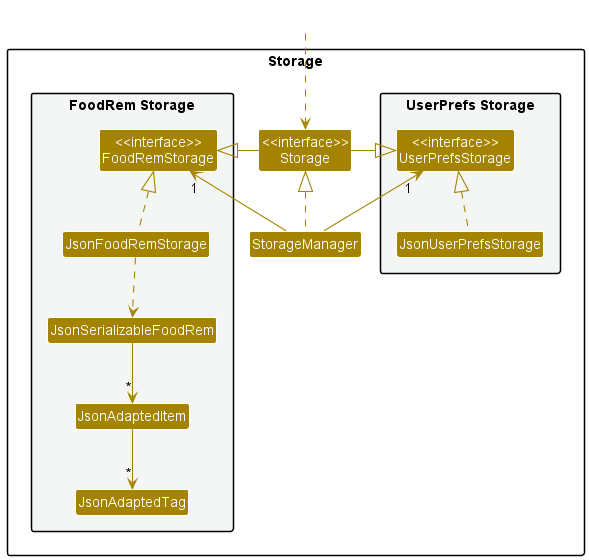
Earlier version of the PlantUML export docs/images/StorageClassDiagram.png (nus-cs2103-AY2223S1/tp).
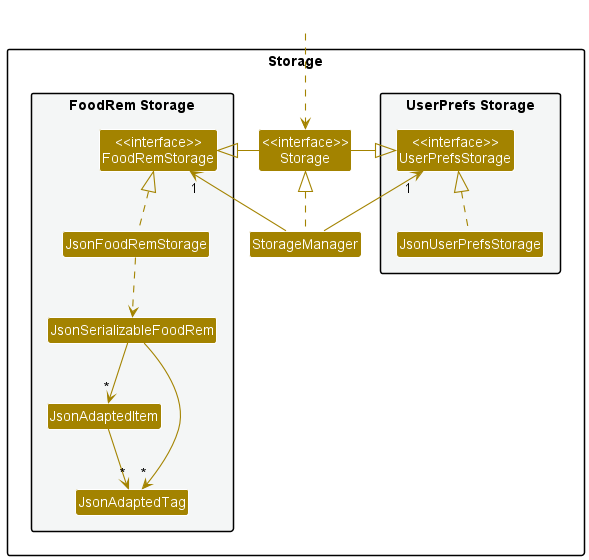
Above is the later version.

Commit message:
Update Storage diagram to match FoodRem changes

What changed in the source:
```diff
@@ -38,6 +38,7 @@
 JsonFoodRemStorage .up.|> FoodRemStorage
 JsonFoodRemStorage ..> JsonSerializableFoodRem
 JsonSerializableFoodRem --> "*" JsonAdaptedItem
+JsonSerializableFoodRem --> "*" JsonAdaptedTag
 JsonAdaptedItem --> "*" JsonAdaptedTag
 
 @enduml
```
